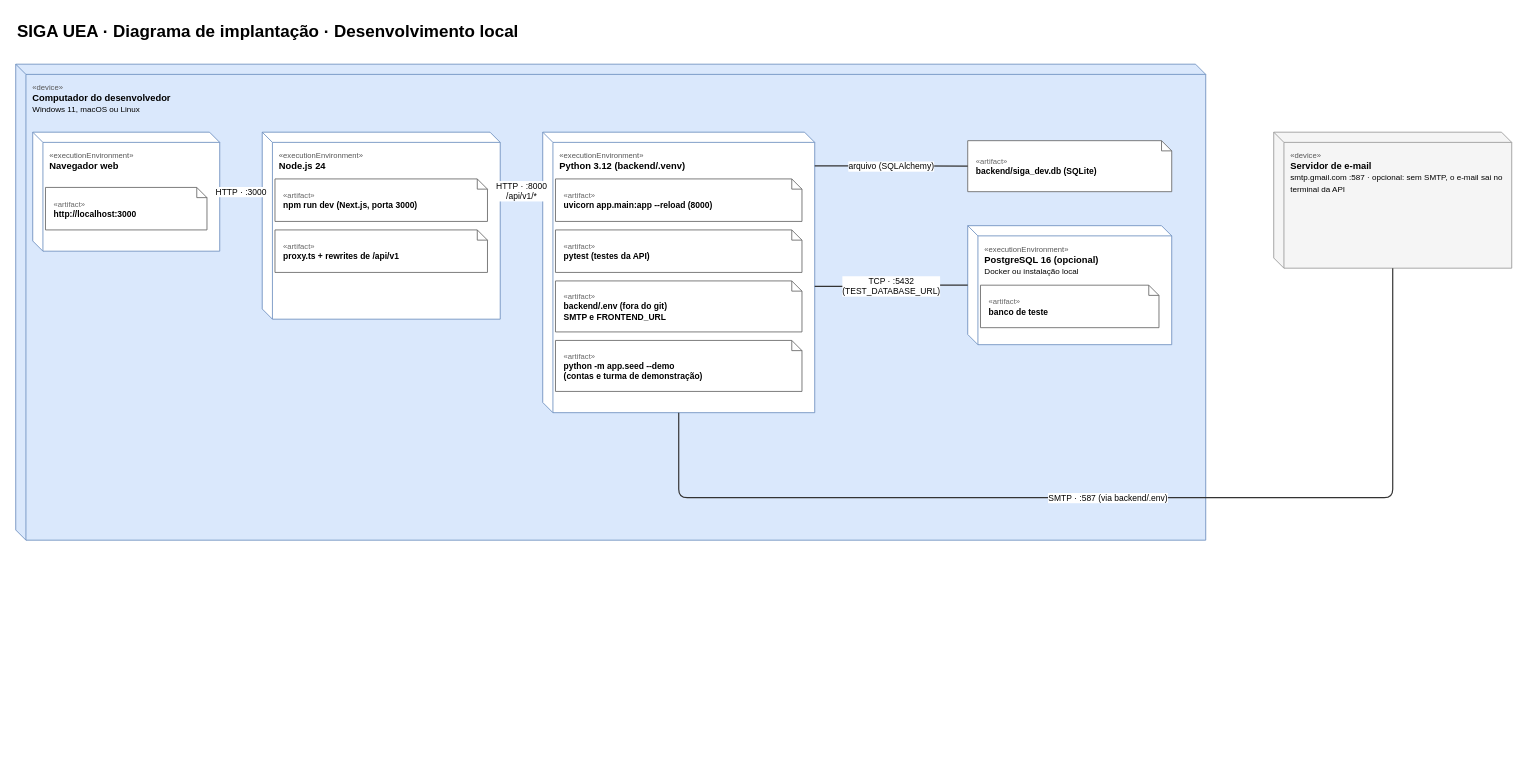
Before: page "3 · Desenvolvimento local" (3 of 3) of docs/modelagem/diagrama-implantacao-siga-uea.drawio in SIGA-UEA/sigauea, a draw.io diagram. Source tidied: cells renumbered, new cells numbered last; positions are measured from the earlier drawing's top-left corner, leaving out a move shared by most shapes. Both pictures are drawn from the tidied source at 85%, with x=0, y=0 at pixel (15, 14).
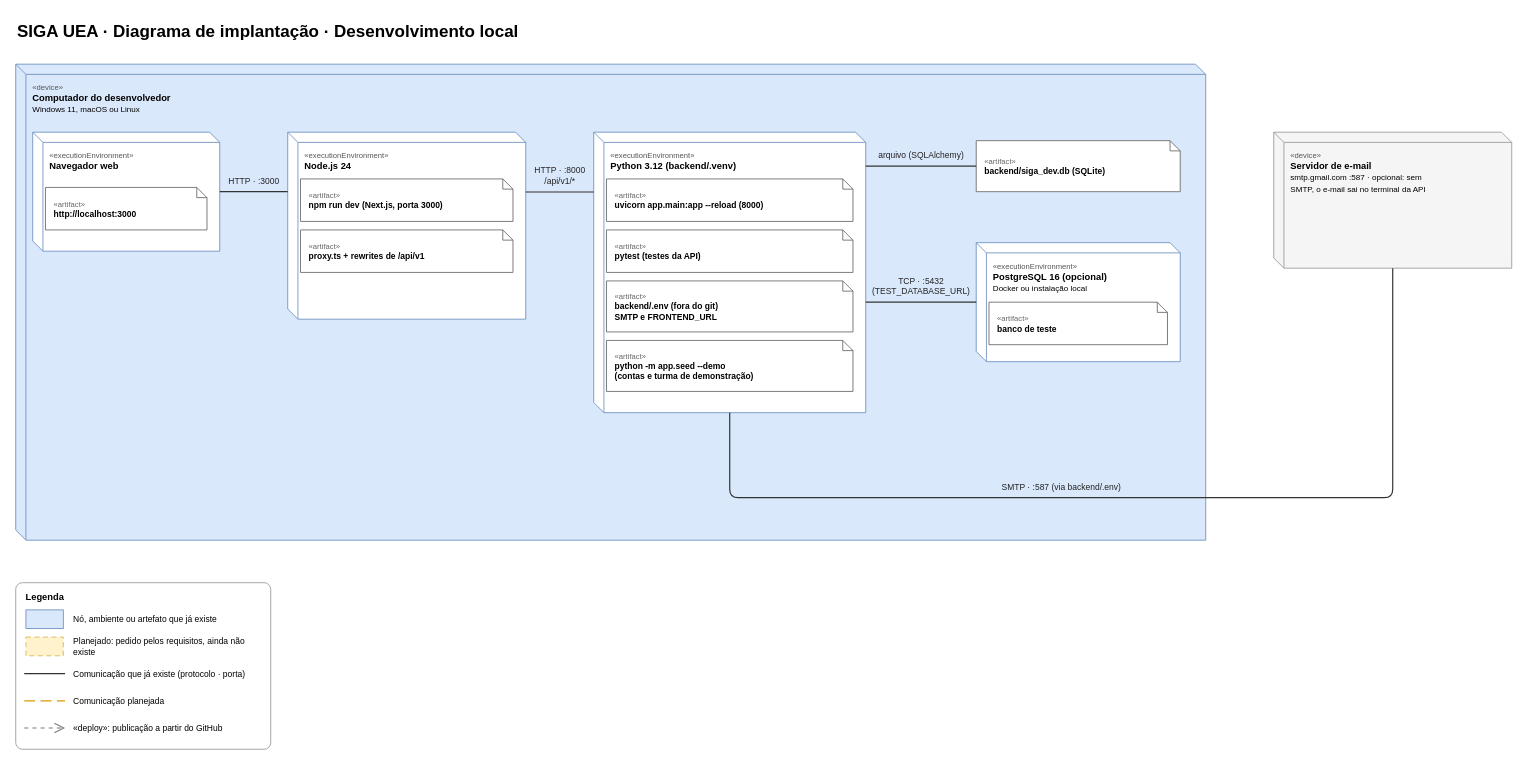
Above is the later version.

Commit message (it also covers changes not shown here):
docs: diagrama de implantação com o sistema completo e legenda

- Planejado em amarelo/laranja tracejado: proxy HTTPS, armazenamento dos
  PDFs (RAN07), gerador de PDF, worker agendador (RBN09.06, RBN01.11,
  RBN01.12), backup (RNF03), monitoramento (RNF07) e agenda pública (RAN14)
- Legenda desenhada em cada página com amostra de cada estilo
- Texto das ligações ao lado da linha, conferido pelo gerador: nenhum texto
  encosta em linha ou caixa e nenhuma linha atravessa caixa

The change refers to these unchanged cells:
```xml
<mxCell id="3" value="&lt;font color=&quot;#555555&quot; style=&quot;font-size:9px&quot;&gt;«device»&lt;/font&gt;&lt;br&gt;&lt;b&gt;Computador do desenvolvedor&lt;/b&gt;&lt;br&gt;&lt;font style=&quot;font-size:9.5px&quot;&gt;Windows 11, macOS ou Linux&lt;/font&gt;" style="shape=cube;size=12;whiteSpace=wrap;html=1;verticalAlign=top;align=left;spacingLeft=18;spacingTop=14;spacingRight=8;fontSize=11;fillColor=#dae8fc;strokeColor=#6c8ebf;" parent="1" vertex="1">
  <mxGeometry y="58" width="1400" height="560" as="geometry" />
</mxCell>
<mxCell id="4" value="&lt;font color=&quot;#555555&quot; style=&quot;font-size:9px&quot;&gt;«executionEnvironment»&lt;/font&gt;&lt;br&gt;&lt;b&gt;Navegador web&lt;/b&gt;" style="shape=cube;size=12;whiteSpace=wrap;html=1;verticalAlign=top;align=left;spacingLeft=18;spacingTop=14;spacingRight=8;fontSize=11;fillColor=#ffffff;strokeColor=#6c8ebf;" parent="3" vertex="1">
  <mxGeometry x="20" y="80" width="220" height="140" as="geometry" />
</mxCell>
```

The edit, as a diff of the source:
```diff
@@
     <mxCell id="6" value="&lt;font color=&quot;#555555&quot; style=&quot;font-size:9px&quot;&gt;«executionEnvironment»&lt;/font&gt;&lt;br&gt;&lt;b&gt;Node.js 24&lt;/b&gt;" style="shape=cube;size=12;whiteSpace=wrap;html=1;verticalAlign=top;align=left;spacingLeft=18;spacingTop=14;spacingRight=8;fontSize=11;fillColor=#ffffff;strokeColor=#6c8ebf;" parent="3" vertex="1">
-      <mxGeometry x="290" y="80" width="280" height="220" as="geometry" />
+      <mxGeometry x="320" y="80" width="280" height="220" as="geometry" />
     </mxCell>
@@
     <mxCell id="9" value="&lt;font color=&quot;#555555&quot; style=&quot;font-size:9px&quot;&gt;«executionEnvironment»&lt;/font&gt;&lt;br&gt;&lt;b&gt;Python 3.12 (backend/.venv)&lt;/b&gt;" style="shape=cube;size=12;whiteSpace=wrap;html=1;verticalAlign=top;align=left;spacingLeft=18;spacingTop=14;spacingRight=8;fontSize=11;fillColor=#ffffff;strokeColor=#6c8ebf;" parent="3" vertex="1">
-      <mxGeometry x="620" y="80" width="320" height="330" as="geometry" />
+      <mxGeometry x="680" y="80" width="320" height="330" as="geometry" />
     </mxCell>
@@
     <mxCell id="14" value="&lt;font color=&quot;#666666&quot; style=&quot;font-size:9px&quot;&gt;«artifact»&lt;/font&gt;&lt;br&gt;&lt;b&gt;backend/siga_dev.db (SQLite)&lt;/b&gt;" style="shape=note;size=12;whiteSpace=wrap;html=1;align=left;verticalAlign=middle;spacingLeft=8;spacingRight=10;fontSize=10;fillColor=#ffffff;strokeColor=#666666;" parent="3" vertex="1">
-      <mxGeometry x="1120" y="90" width="240" height="60" as="geometry" />
+      <mxGeometry x="1130" y="90" width="240" height="60" as="geometry" />
     </mxCell>
     <mxCell id="15" value="&lt;font color=&quot;#555555&quot; style=&quot;font-size:9px&quot;&gt;«executionEnvironment»&lt;/font&gt;&lt;br&gt;&lt;b&gt;PostgreSQL 16 (opcional)&lt;/b&gt;&lt;br&gt;&lt;font style=&quot;font-size:9.5px&quot;&gt;Docker ou instalação local&lt;/font&gt;" style="shape=cube;size=12;whiteSpace=wrap;html=1;verticalAlign=top;align=left;spacingLeft=18;spacingTop=14;spacingRight=8;fontSize=11;fillColor=#ffffff;strokeColor=#6c8ebf;" parent="3" vertex="1">
-      <mxGeometry x="1120" y="190" width="240" height="140" as="geometry" />
+      <mxGeometry x="1130" y="210" width="240" height="140" as="geometry" />
     </mxCell>
@@
-    <mxCell id="17" value="&lt;font color=&quot;#555555&quot; style=&quot;font-size:9px&quot;&gt;«device»&lt;/font&gt;&lt;br&gt;&lt;b&gt;Servidor de e-mail&lt;/b&gt;&lt;br&gt;&lt;font style=&quot;font-size:9.5px&quot;&gt;smtp.gmail.com :587 · opcional: sem SMTP, o e-mail sai no terminal da API&lt;/font&gt;" style="shape=cube;size=12;whiteSpace=wrap;html=1;verticalAlign=top;align=left;spacingLeft=18;spacingTop=14;spacingRight=8;fontSize=11;fillColor=#f5f5f5;strokeColor=#999999;" parent="1" vertex="1">
+    <mxCell id="17" value="&lt;font color=&quot;#555555&quot; style=&quot;font-size:9px&quot;&gt;«device»&lt;/font&gt;&lt;br&gt;&lt;b&gt;Servidor de e-mail&lt;/b&gt;&lt;br&gt;&lt;font style=&quot;font-size:9.5px&quot;&gt;smtp.gmail.com :587 · opcional: sem&lt;br&gt;SMTP, o e-mail sai no terminal da API&lt;/font&gt;" style="shape=cube;size=12;whiteSpace=wrap;html=1;verticalAlign=top;align=left;spacingLeft=18;spacingTop=14;spacingRight=8;fontSize=11;fillColor=#f5f5f5;strokeColor=#999999;" parent="1" vertex="1">
       <mxGeometry x="1480" y="138" width="280" height="160" as="geometry" />
     </mxCell>
-    <mxCell id="18" value="HTTP · :3000" style="edgeStyle=none;rounded=1;html=1;fontSize=10;labelBackgroundColor=#ffffff;exitX=1;exitY=0.5;exitDx=0;exitDy=0;entryX=0;entryY=0.32;entryDx=0;entryDy=0;endArrow=none;strokeColor=#333333;strokeWidth=1.4;" parent="1" edge="1" source="4" target="6">
-      <mxGeometry relative="1" as="geometry">
-        <Array as="points">
-          <mxPoint x="265" y="208" />
-          <mxPoint x="265" y="208.4" />
-        </Array>
-      </mxGeometry>
+    <mxCell id="18" style="edgeStyle=none;rounded=1;html=1;exitX=1.0000;exitY=0.5000;exitDx=0;exitDy=0;exitPerimeter=0;entryX=0.0000;entryY=0.3182;entryDx=0;entryDy=0;entryPerimeter=0;endArrow=none;strokeColor=#333333;strokeWidth=1.4;" parent="1" edge="1" source="4" target="6">
+      <mxGeometry relative="1" as="geometry" />
     </mxCell>
+    <mxCell id="23" value="HTTP · :3000" style="edgeLabel;html=1;align=center;verticalAlign=middle;fontSize=10;fontColor=#222222;labelBackgroundColor=none;" parent="18" vertex="1">
+      <mxGeometry relative="1" as="geometry">
+        <mxPoint y="-13" as="offset" />
+      </mxGeometry>
+    </mxCell>
-    <mxCell id="19" value="HTTP · :8000&lt;br&gt;/api/v1/*" style="edgeStyle=none;rounded=1;html=1;fontSize=10;labelBackgroundColor=#ffffff;exitX=1;exitY=0.32;exitDx=0;exitDy=0;entryX=0;entryY=0.21;entryDx=0;entryDy=0;endArrow=none;strokeColor=#333333;strokeWidth=1.4;" parent="1" edge="1" source="6" target="9">
-      <mxGeometry relative="1" as="geometry">
-        <Array as="points">
-          <mxPoint x="595" y="208.4" />
-          <mxPoint x="595" y="207.3" />
-        </Array>
-      </mxGeometry>
+    <mxCell id="19" style="edgeStyle=none;rounded=1;html=1;exitX=1.0000;exitY=0.3200;exitDx=0;exitDy=0;exitPerimeter=0;entryX=0.0000;entryY=0.2133;entryDx=0;entryDy=0;entryPerimeter=0;endArrow=none;strokeColor=#333333;strokeWidth=1.4;" parent="1" edge="1" source="6" target="9">
+      <mxGeometry relative="1" as="geometry" />
     </mxCell>
+    <mxCell id="24" value="HTTP · :8000&lt;br&gt;/api/v1/*" style="edgeLabel;html=1;align=center;verticalAlign=middle;fontSize=10;fontColor=#222222;labelBackgroundColor=none;" parent="19" vertex="1">
+      <mxGeometry relative="1" as="geometry">
+        <mxPoint y="-20" as="offset" />
+      </mxGeometry>
+    </mxCell>
-    <mxCell id="20" value="arquivo (SQLAlchemy)" style="edgeStyle=none;rounded=1;html=1;fontSize=10;labelBackgroundColor=#ffffff;exitX=1;exitY=0.12;exitDx=0;exitDy=0;entryX=0;entryY=0.5;entryDx=0;entryDy=0;endArrow=none;strokeColor=#333333;strokeWidth=1.4;" parent="1" edge="1" source="9" target="14">
-      <mxGeometry relative="1" as="geometry">
-        <Array as="points">
-          <mxPoint x="1030" y="177.6" />
-          <mxPoint x="1030" y="178" />
-        </Array>
-      </mxGeometry>
+    <mxCell id="20" style="edgeStyle=none;rounded=1;html=1;exitX=1.0000;exitY=0.1212;exitDx=0;exitDy=0;exitPerimeter=0;entryX=0.0000;entryY=0.5000;entryDx=0;entryDy=0;entryPerimeter=0;endArrow=none;strokeColor=#333333;strokeWidth=1.4;" parent="1" edge="1" source="9" target="14">
+      <mxGeometry relative="1" as="geometry" />
     </mxCell>
+    <mxCell id="25" value="arquivo (SQLAlchemy)" style="edgeLabel;html=1;align=center;verticalAlign=middle;fontSize=10;fontColor=#222222;labelBackgroundColor=none;" parent="20" vertex="1">
+      <mxGeometry relative="1" as="geometry">
+        <mxPoint y="-13" as="offset" />
+      </mxGeometry>
+    </mxCell>
-    <mxCell id="21" value="TCP · :5432&lt;br&gt;(TEST_DATABASE_URL)" style="edgeStyle=none;rounded=1;html=1;fontSize=10;labelBackgroundColor=#ffffff;exitX=1;exitY=0.55;exitDx=0;exitDy=0;entryX=0;entryY=0.5;entryDx=0;entryDy=0;endArrow=none;strokeColor=#333333;strokeWidth=1.4;" parent="1" edge="1" source="9" target="15">
-      <mxGeometry relative="1" as="geometry">
-        <Array as="points">
-          <mxPoint x="1030" y="319.5" />
-          <mxPoint x="1030" y="318" />
-        </Array>
-      </mxGeometry>
+    <mxCell id="21" style="edgeStyle=none;rounded=1;html=1;exitX=1.0000;exitY=0.6061;exitDx=0;exitDy=0;exitPerimeter=0;entryX=0.0000;entryY=0.5000;entryDx=0;entryDy=0;entryPerimeter=0;endArrow=none;strokeColor=#333333;strokeWidth=1.4;" parent="1" edge="1" source="9" target="15">
+      <mxGeometry relative="1" as="geometry" />
     </mxCell>
+    <mxCell id="26" value="TCP · :5432&lt;br&gt;(TEST_DATABASE_URL)" style="edgeLabel;html=1;align=center;verticalAlign=middle;fontSize=10;fontColor=#222222;labelBackgroundColor=none;" parent="21" vertex="1">
+      <mxGeometry relative="1" as="geometry">
+        <mxPoint y="-20" as="offset" />
+      </mxGeometry>
+    </mxCell>
-    <mxCell id="22" value="SMTP · :587 (via backend/.env)" style="edgeStyle=none;rounded=1;html=1;fontSize=10;labelBackgroundColor=#ffffff;exitX=0.5;exitY=1;exitDx=0;exitDy=0;entryX=0.5;entryY=1;entryDx=0;entryDy=0;endArrow=none;strokeColor=#333333;strokeWidth=1.4;" parent="1" edge="1" source="9" target="17">
+    <mxCell id="22" style="edgeStyle=none;rounded=1;html=1;exitX=0.5000;exitY=1.0000;exitDx=0;exitDy=0;exitPerimeter=0;entryX=0.5000;entryY=1.0000;entryDx=0;entryDy=0;entryPerimeter=0;endArrow=none;strokeColor=#333333;strokeWidth=1.4;" parent="1" edge="1" source="9" target="17">
       <mxGeometry relative="1" as="geometry">
         <Array as="points">
-          <mxPoint x="780" y="568" />
+          <mxPoint x="840" y="568" />
           <mxPoint x="1620" y="568" />
         </Array>
       </mxGeometry>
     </mxCell>
+    <mxCell id="27" value="SMTP · :587 (via backend/.env)" style="edgeLabel;html=1;align=center;verticalAlign=middle;fontSize=10;fontColor=#222222;labelBackgroundColor=none;" parent="22" vertex="1">
+      <mxGeometry x="-0.15" relative="1" as="geometry">
+        <mxPoint y="-13" as="offset" />
+      </mxGeometry>
+    </mxCell>
+    <mxCell id="28" value="&lt;b&gt;Legenda&lt;/b&gt;" style="rounded=1;arcSize=4;whiteSpace=wrap;html=1;fillColor=#ffffff;strokeColor=#999999;verticalAlign=top;align=left;spacingLeft=10;spacingTop=4;fontSize=11;" parent="1" vertex="1">
+      <mxGeometry y="668" width="300" height="196" as="geometry" />
+    </mxCell>
+    <mxCell id="29" style="rounded=0;html=1;fillColor=#dae8fc;strokeColor=#6c8ebf;" parent="1" vertex="1">
+      <mxGeometry x="12" y="700" width="44" height="22" as="geometry" />
+    </mxCell>
+    <mxCell id="30" value="Nó, ambiente ou artefato que já existe" style="text;html=1;align=left;verticalAlign=middle;fontSize=10;whiteSpace=wrap;" parent="1" vertex="1">
+      <mxGeometry x="66" y="697" width="226" height="28" as="geometry" />
+    </mxCell>
+    <mxCell id="31" style="rounded=0;html=1;fillColor=#fff2cc;strokeColor=#d6b656;dashed=1;dashPattern=6 4;" parent="1" vertex="1">
+      <mxGeometry x="12" y="732" width="44" height="22" as="geometry" />
+    </mxCell>
+    <mxCell id="32" value="Planejado: pedido pelos requisitos, ainda não existe" style="text;html=1;align=left;verticalAlign=middle;fontSize=10;whiteSpace=wrap;" parent="1" vertex="1">
+      <mxGeometry x="66" y="729" width="226" height="28" as="geometry" />
+    </mxCell>
+    <mxCell id="33" style="html=1;endArrow=none;strokeColor=#333333;strokeWidth=1.4;" parent="1" edge="1">
+      <mxGeometry relative="1" as="geometry">
+        <mxPoint x="10" y="775" as="sourcePoint" />
+        <mxPoint x="58" y="775" as="targetPoint" />
+      </mxGeometry>
+    </mxCell>
+    <mxCell id="34" value="Comunicação que já existe (protocolo · porta)" style="text;html=1;align=left;verticalAlign=middle;fontSize=10;whiteSpace=wrap;" parent="1" vertex="1">
+      <mxGeometry x="66" y="761" width="226" height="28" as="geometry" />
+    </mxCell>
+    <mxCell id="35" style="html=1;endArrow=none;strokeColor=#d79b00;strokeWidth=1.6;dashed=1;dashPattern=8 4;" parent="1" edge="1">
+      <mxGeometry relative="1" as="geometry">
+        <mxPoint x="10" y="807" as="sourcePoint" />
+        <mxPoint x="58" y="807" as="targetPoint" />
+      </mxGeometry>
+    </mxCell>
+    <mxCell id="36" value="Comunicação planejada" style="text;html=1;align=left;verticalAlign=middle;fontSize=10;whiteSpace=wrap;" parent="1" vertex="1">
+      <mxGeometry x="66" y="793" width="226" height="28" as="geometry" />
+    </mxCell>
+    <mxCell id="37" style="html=1;endArrow=open;endSize=10;strokeColor=#7a7a7a;strokeWidth=1.2;dashed=1;dashPattern=4 4;" parent="1" edge="1">
+      <mxGeometry relative="1" as="geometry">
+        <mxPoint x="10" y="839" as="sourcePoint" />
+        <mxPoint x="58" y="839" as="targetPoint" />
+      </mxGeometry>
+    </mxCell>
+    <mxCell id="38" value="«deploy»: publicação a partir do GitHub" style="text;html=1;align=left;verticalAlign=middle;fontSize=10;whiteSpace=wrap;" parent="1" vertex="1">
+      <mxGeometry x="66" y="825" width="226" height="28" as="geometry" />
+    </mxCell>
```
